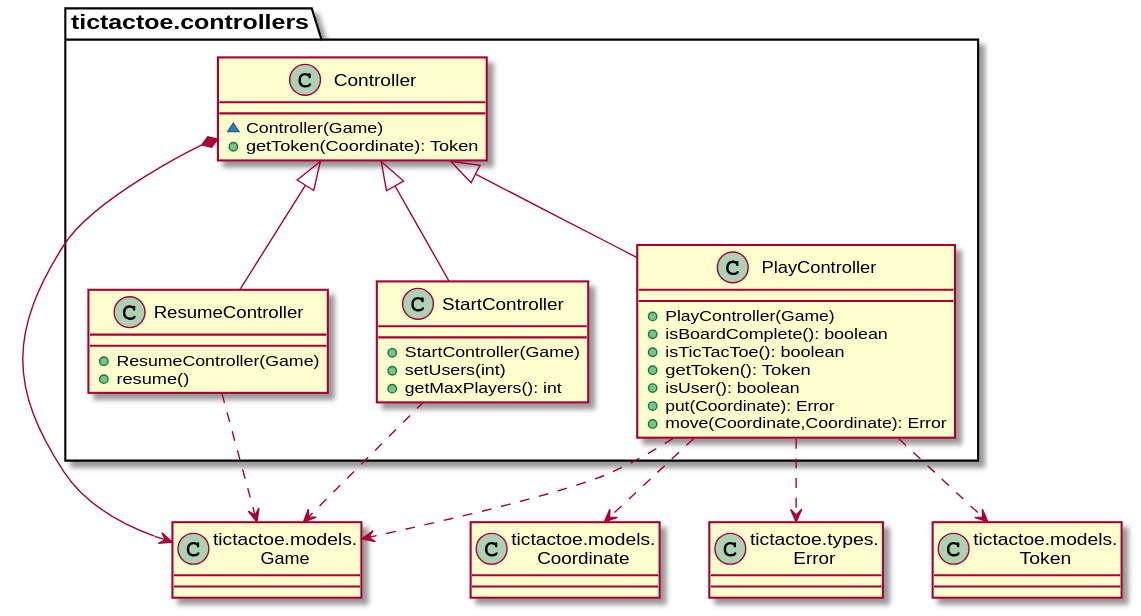
Above: modelViewPresenter/presentationModel/withFacade/docs/diagrams/out/paquetes/paqueteTicTactoeControllers.svg in Jolucaa/USantaTecla-project-ticTacToe (PlantUML), before the change.
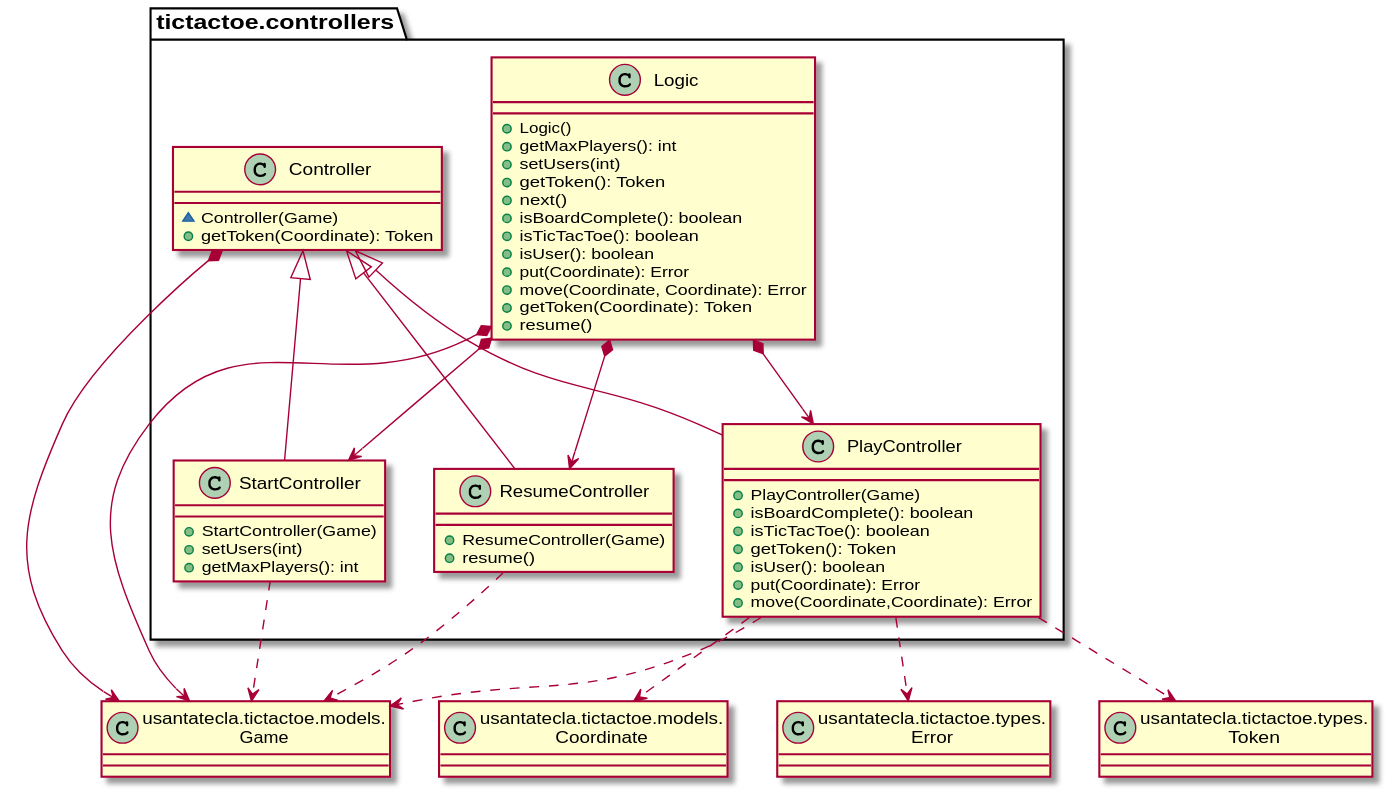
The same file after the commit.

The edit, as a diff of the source:
```diff
@@ -1,23 +1,50 @@
 @startuml
-class Game as "tictactoe.models.\nGame" {}
-class Coordinate as "tictactoe.models.\nCoordinate" {}
-class Error as "tictactoe.types.\nError" {}
-class Token as "tictactoe.models.\nToken" {}
+class Game as "usantatecla.tictactoe.models.\nGame" {}
+class Coordinate as "usantatecla.tictactoe.models.\nCoordinate" {}
+class Error as "usantatecla.tictactoe.types.\nError" {}
+class Token as "usantatecla.tictactoe.types.\nToken" {}
 
-class  tictactoe.controllers.Controller{
-~ Controller(Game)
-+ getToken(Coordinate): Token
+class tictactoe.controllers.Controller {
+  ~ Controller(Game)
+  + getToken(Coordinate): Token
 }
 tictactoe.controllers.Controller *-down-> Game
 
-class  tictactoe.controllers.PlayController{
-+ PlayController(Game)
-+ isBoardComplete(): boolean
-+ isTicTacToe(): boolean
-+ getToken(): Token
-+ isUser(): boolean
-+ put(Coordinate): Error
-+ move(Coordinate,Coordinate): Error
+class tictactoe.controllers.Logic {
+  + Logic()
+  + getMaxPlayers(): int
+  + setUsers(int)
+  + getToken(): Token
+  + next()
+  + isBoardComplete(): boolean
+  + isTicTacToe(): boolean
+  + isUser(): boolean
+  + put(Coordinate): Error
+  + move(Coordinate, Coordinate): Error
+  + getToken(Coordinate): Token
+  + resume()
+}
+tictactoe.controllers.Logic *-down-> Game
+tictactoe.controllers.Logic *-down-> tictactoe.controllers.StartController
+tictactoe.controllers.Logic *-down-> tictactoe.controllers.PlayController
+tictactoe.controllers.Logic *-down-> tictactoe.controllers.ResumeController
+
+class  tictactoe.controllers.StartController{
+  + StartController(Game)
+  + setUsers(int)
+  + getMaxPlayers(): int
+}
+tictactoe.controllers.Controller <|-down- tictactoe.controllers.StartController
+tictactoe.controllers.StartController .down.> Game
+
+class tictactoe.controllers.PlayController {
+  + PlayController(Game)
+  + isBoardComplete(): boolean
+  + isTicTacToe(): boolean
+  + getToken(): Token
+  + isUser(): boolean
+  + put(Coordinate): Error
+  + move(Coordinate,Coordinate): Error
 }
 tictactoe.controllers.Controller <|-down- tictactoe.controllers.PlayController
 tictactoe.controllers.PlayController .down.> Coordinate
@@ -26,17 +53,9 @@
 tictactoe.controllers.PlayController .down.> Token
 
 class  tictactoe.controllers.ResumeController{
-+ ResumeController(Game)
-+ resume()
+  + ResumeController(Game)
+  + resume()
 }
 tictactoe.controllers.Controller <|-down- tictactoe.controllers.ResumeController
 tictactoe.controllers.ResumeController .down.> Game
-
-class  tictactoe.controllers.StartController{
-+ StartController(Game)
-+ setUsers(int)
-+ getMaxPlayers(): int
-}
-tictactoe.controllers.Controller <|-down- tictactoe.controllers.StartController
-tictactoe.controllers.StartController .down.> Game
 @enduml
```
